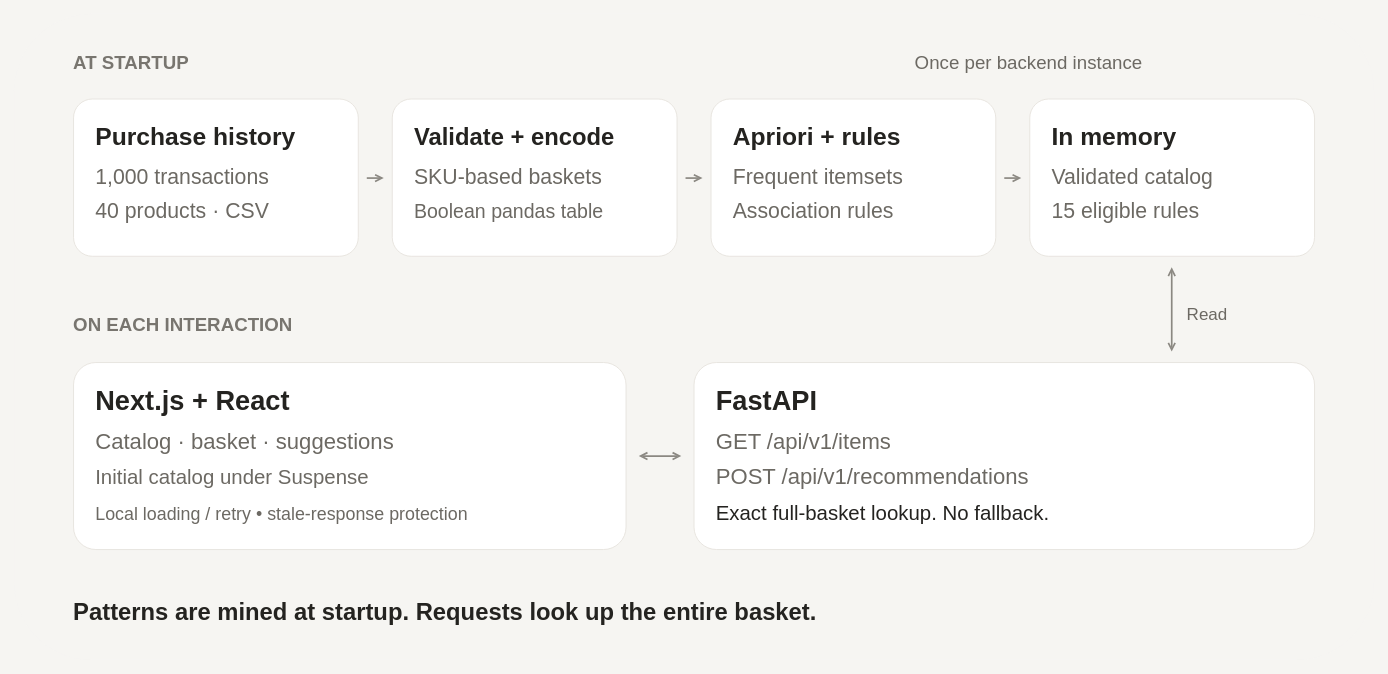
isaackimmi/tandem keeps this draw.io diagram as docs/presentation/architecture-keynote.drawio. Above is the earlier version. Source tidied: cells renumbered, new cells numbered last; positions are measured from the earlier drawing's top-left corner, leaving out a move shared by most shapes. Both pictures are drawn from the tidied source at 85%, with x=0, y=0 at pixel (14, 14).
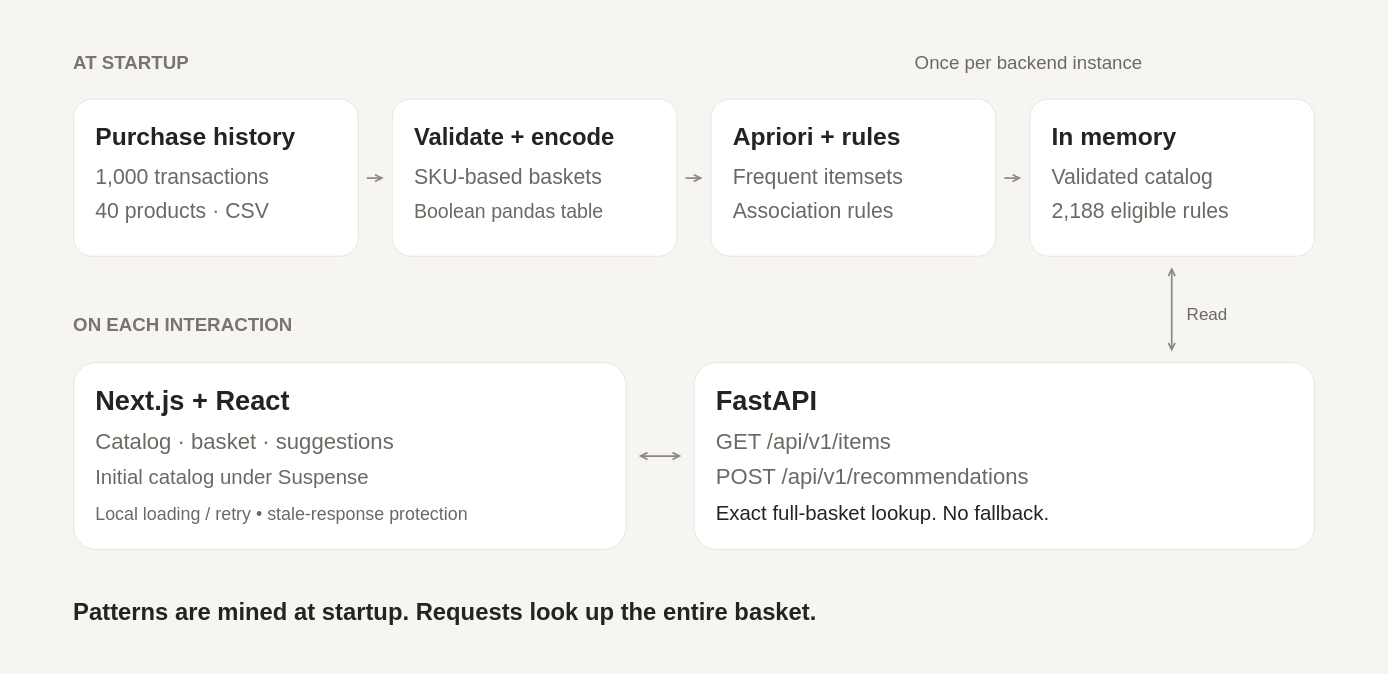
The same page after the edit.

What changed in the source:
```diff
@@
-    <mxCell id="23" value="15 eligible rules" style="text;html=0;align=left;verticalAlign=middle;whiteSpace=nowrap;overflow=visible;fillColor=none;strokeColor=none;fontFamily=Helvetica;fontSize=25;fontColor=#6C6963;fontStyle=0;spacing=0;" parent="1" vertex="1">
+    <mxCell id="23" value="2,188 eligible rules" style="text;html=0;align=left;verticalAlign=middle;whiteSpace=nowrap;overflow=visible;fillColor=none;strokeColor=none;fontFamily=Helvetica;fontSize=25;fontColor=#6C6963;fontStyle=0;spacing=0;" parent="1" vertex="1">
       <mxGeometry x="1221" y="213" width="246.5" height="33" as="geometry" />
     </mxCell>
```
